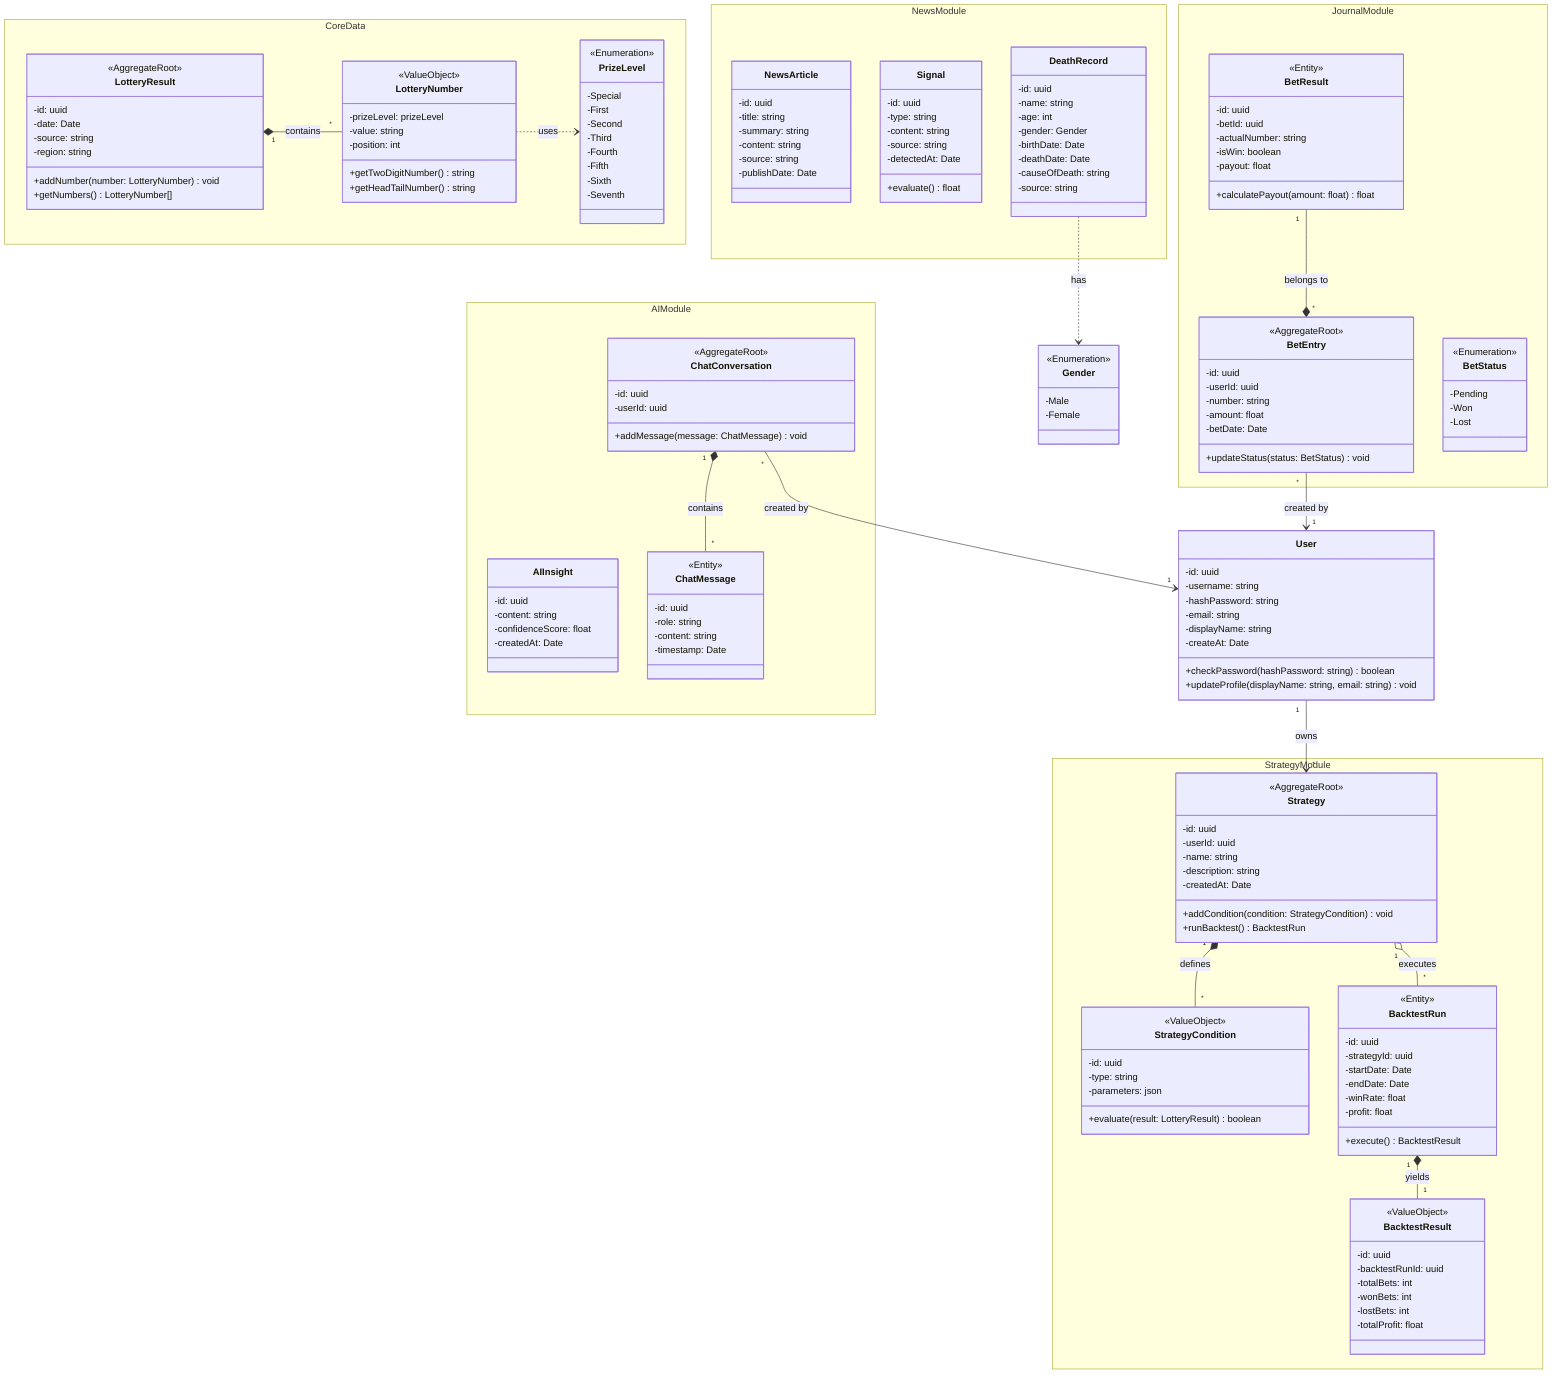
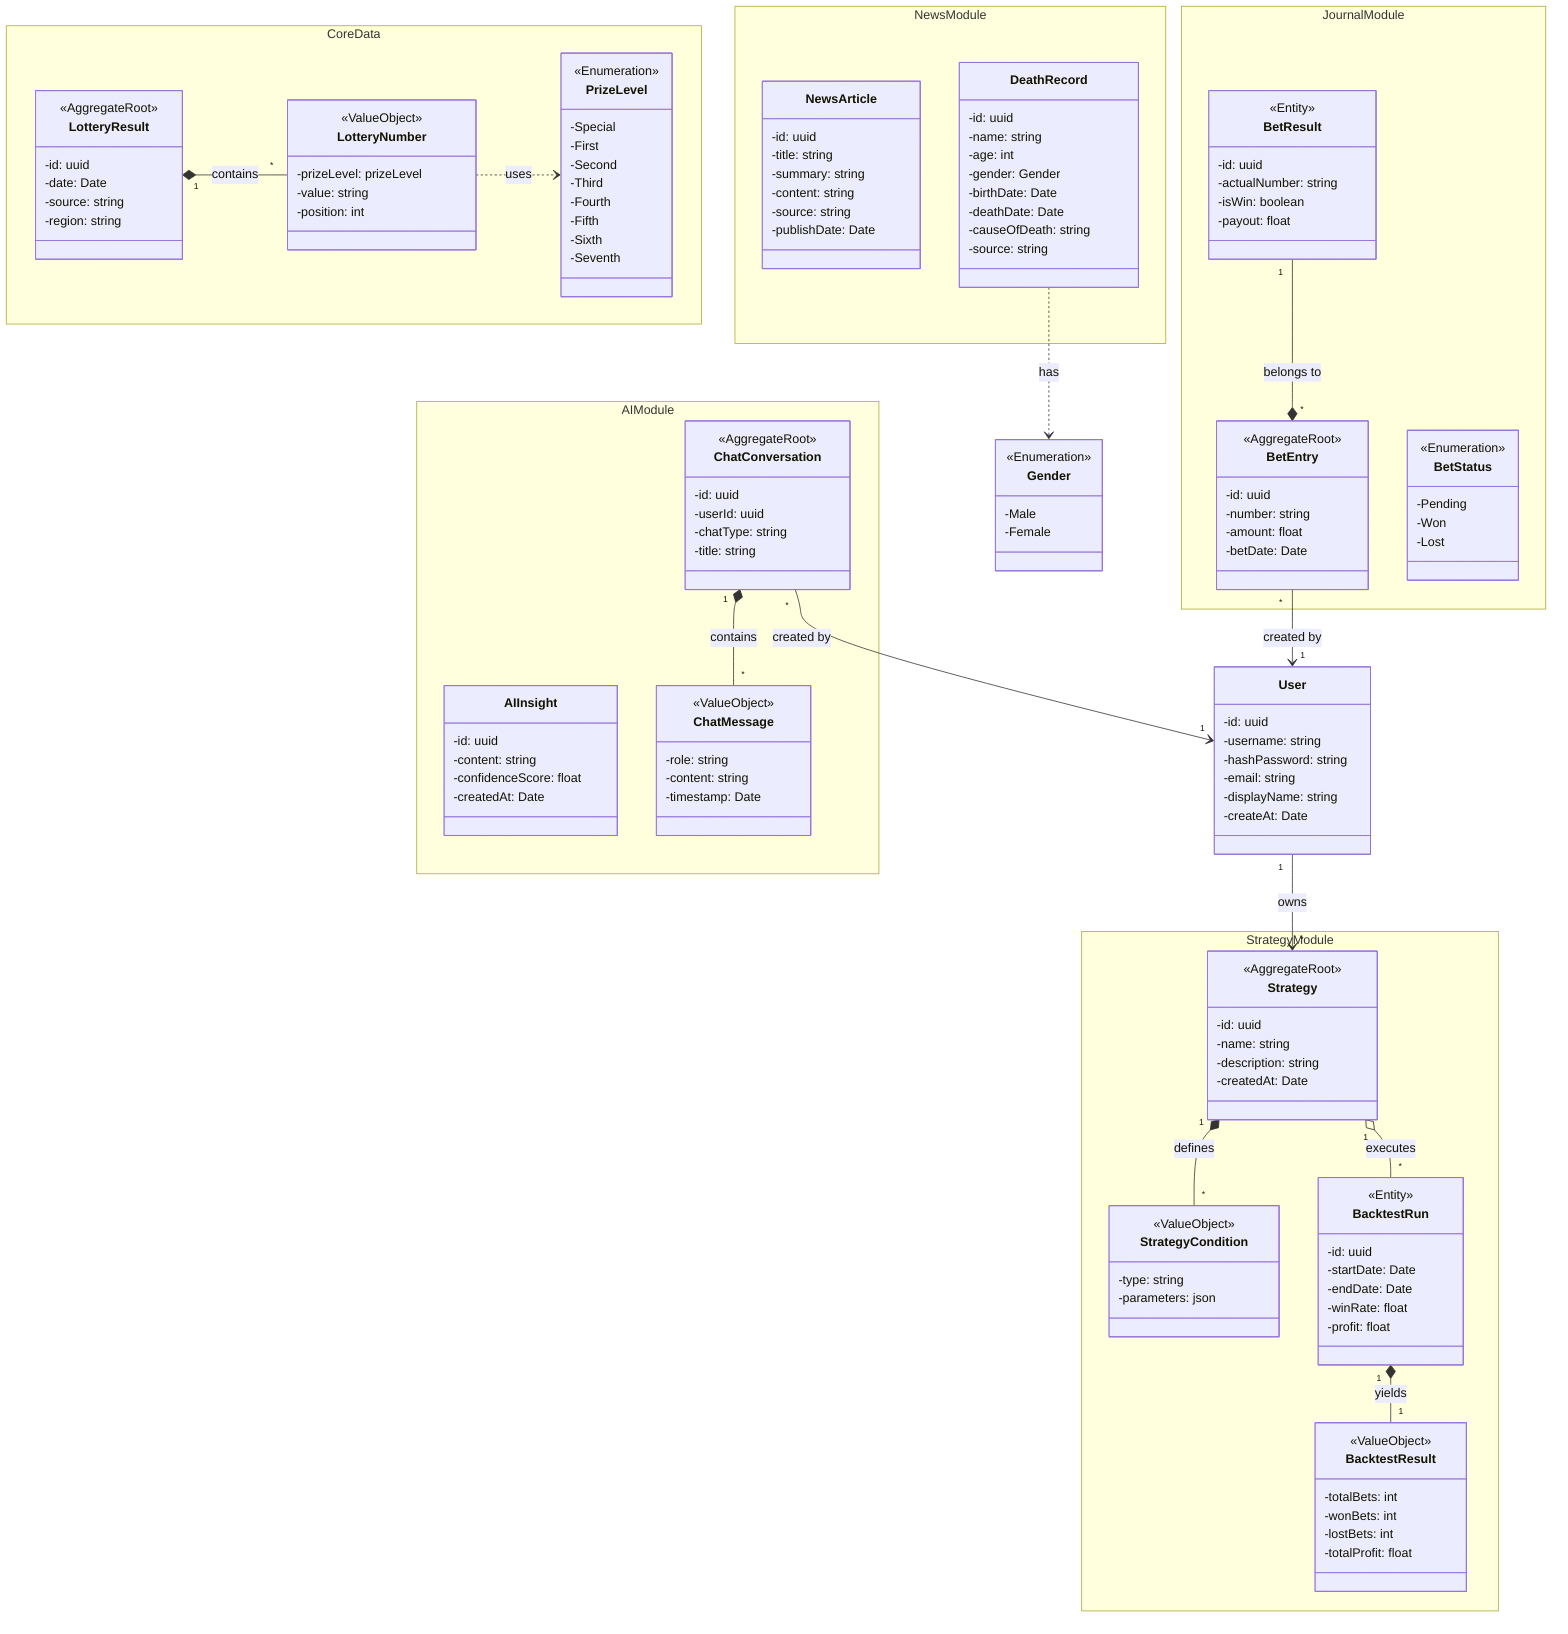
classDiagram
    class User {
        -id: uuid
        -username: string
        -hashPassword: string
        -email: string
        -displayName: string
        -createAt: Date
-         +checkPassword(hashPassword: string) boolean
-         +updateProfile(displayName: string, email: string) void
-     }
+           }

    class Gender {
        -Male
        -Female
    }

    <<Enumeration>> Gender

    namespace CoreData {
        class LotteryResult {
            -id: uuid
            -date: Date
            -source: string
            -region: string
-             +addNumber(number: LotteryNumber) void
-             +getNumbers() LotteryNumber[]
        }

        class LotteryNumber {
            -prizeLevel: prizeLevel
            -value: string
            -position: int
-             +getTwoDigitNumber() string
-             +getHeadTailNumber() string
        }

        class PrizeLevel {
            -Special
            -First
            -Second
            -Third
            -Fourth
            -Fifth
            -Sixth
            -Seventh
        }
    }

    <<AggregateRoot>> LotteryResult
    <<ValueObject>> LotteryNumber
    <<Enumeration>> PrizeLevel

    LotteryResult "1" *-- "*" LotteryNumber : contains
    LotteryNumber ..> PrizeLevel : uses

    namespace NewsModule {
        class NewsArticle {
            -id: uuid
            -title: string
            -summary: string
            -content: string
            -source: string
            -publishDate: Date
        }
-         class Signal {
-             -id: uuid
-             -type: string
-             -content: string
-             -source: string
-             -detectedAt: Date
-             +evaluate() float
-         }
        class DeathRecord {
            -id: uuid
            -name: string
            -age: int
            -gender: Gender
            -birthDate: Date
            -deathDate: Date
            -causeOfDeath: string
            -source: string
        }
    }

    DeathRecord ..> Gender : has

    namespace StrategyModule {
        class Strategy {
            -id: uuid
-             -userId: uuid
            -name: string
            -description: string
            -createdAt: Date
-             +addCondition(condition: StrategyCondition) void
-             +runBacktest() BacktestRun
        }
        class StrategyCondition {
-             -id: uuid
            -type: string
            -parameters: json
-             +evaluate(result: LotteryResult) boolean
        }
        class BacktestRun {
            -id: uuid
-             -strategyId: uuid
            -startDate: Date
            -endDate: Date
            -winRate: float
            -profit: float
-             +execute() BacktestResult
        }
        class BacktestResult {
-             -id: uuid
-             -backtestRunId: uuid
            -totalBets: int
            -wonBets: int
            -lostBets: int
            -totalProfit: float
        }
    }

    <<AggregateRoot>> Strategy
    <<ValueObject>> StrategyCondition
    <<Entity>> BacktestRun
    <<ValueObject>> BacktestResult

    Strategy "1" *-- "*" StrategyCondition : defines
    Strategy "1" o-- "*" BacktestRun : executes
    BacktestRun "1" *-- "1" BacktestResult : yields
    User "1" --> "*" Strategy : owns


    namespace JournalModule {
        class BetEntry {
            -id: uuid
-             -userId: uuid
            -number: string
            -amount: float
            -betDate: Date
-             +updateStatus(status: BetStatus) void
        }
        class BetResult {
            -id: uuid
-             -betId: uuid
            -actualNumber: string
            -isWin: boolean
            -payout: float
-             +calculatePayout(amount: float) float
        }
        class BetStatus {
            -Pending
            -Won
            -Lost
        }
    }

    <<AggregateRoot>> BetEntry
    <<Entity>> BetResult
    <<Enumeration>> BetStatus

    BetResult "1" --* "*" BetEntry : belongs to
    BetEntry "*" --> "1" User : created by

    namespace AIModule {
        class AIInsight {
            -id: uuid
            -content: string
            -confidenceScore: float
            -createdAt: Date
        }
        class ChatConversation {
+             <<AggregateRoot>>
            -id: uuid
            -userId: uuid
-             +addMessage(message: ChatMessage) void
+             -chatType: string
+             -title: string
        }
        class ChatMessage {
-             -id: uuid
+             <<ValueObject>>
            -role: string
            -content: string
            -timestamp: Date
        }
    }

-     <<AggregateRoot>> ChatConversation
-     <<Entity>> ChatMessage
- 
    ChatConversation "1" *-- "*" ChatMessage : contains
    ChatConversation "*" --> "1" User : created by

